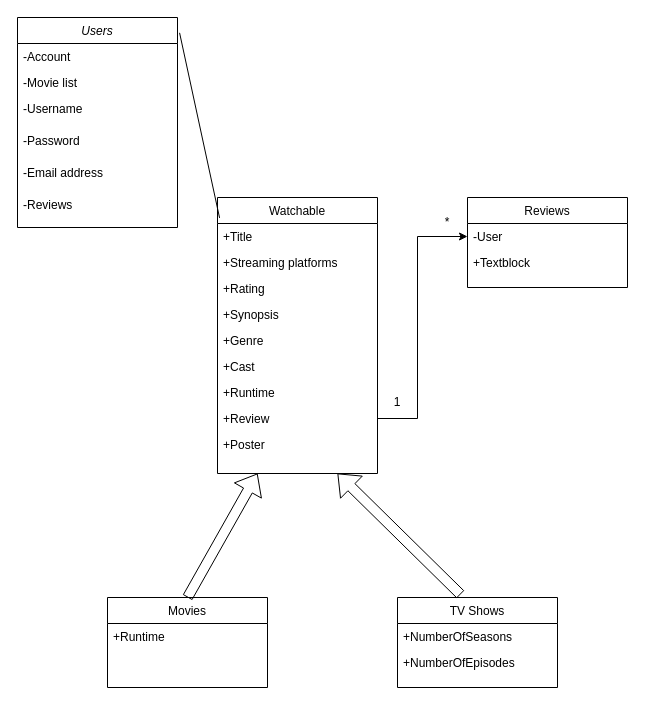
Above: Untitled Diagram.drawio in 307ScreenSquad/CSC307-ScreenSquad (draw.io), before the change. Source tidied: cells renumbered, new cells numbered last; positions are measured from the earlier drawing's top-left corner, leaving out a move shared by most shapes. Both pictures are drawn from the tidied source at 100%, with x=0, y=0 at pixel (17, 17).
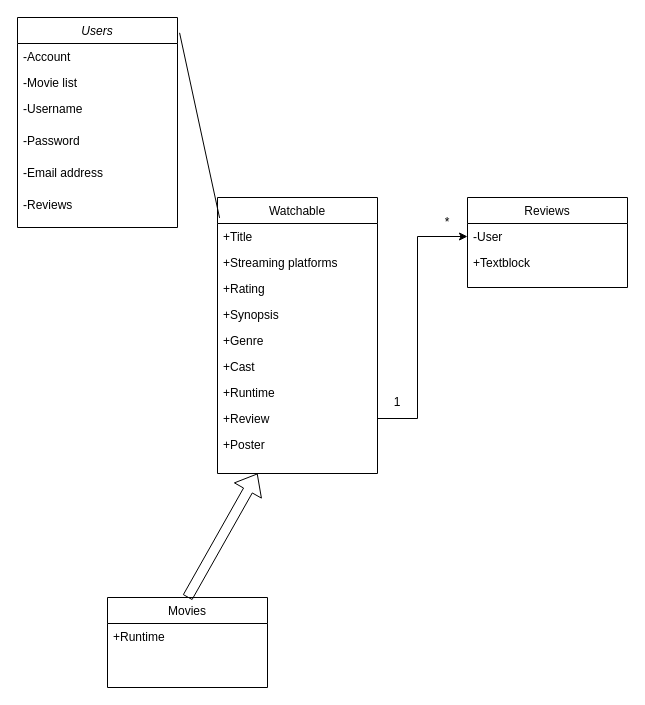
The same diagram, later.

The change refers to these unchanged cells:
```xml
<mxCell id="9" value="Watchable" style="swimlane;fontStyle=0;align=center;verticalAlign=top;horizontal=1;startSize=26;rounded=0;shadow=0;strokeWidth=1;" parent="1" vertex="1">
  <mxGeometry x="200" y="180" width="160" height="276" as="geometry" />
</mxCell>
```

The edit, as a diff of the source:
```diff
@@
-    <mxCell id="22" value="TV Shows" style="swimlane;fontStyle=0;align=center;verticalAlign=top;horizontal=1;startSize=26;rounded=0;shadow=0;strokeWidth=1;" parent="1" vertex="1">
-      <mxGeometry x="380" y="580" width="160" height="90" as="geometry" />
-    </mxCell>
-    <mxCell id="23" value="+NumberOfSeasons&#10;" style="text;align=left;verticalAlign=top;spacingLeft=4;spacingRight=4;overflow=hidden;" parent="22" vertex="1">
-      <mxGeometry y="26" width="160" height="26" as="geometry" />
-    </mxCell>
-    <mxCell id="24" value="+NumberOfEpisodes&#10;" style="text;align=left;verticalAlign=top;spacingLeft=4;spacingRight=4;overflow=hidden;" parent="22" vertex="1">
-      <mxGeometry y="52" width="160" height="34" as="geometry" />
-    </mxCell>
@@
-    <mxCell id="29" style="shape=flexArrow;endArrow=classic;html=1;rounded=0;exitX=0.394;exitY=-0.033;exitDx=0;exitDy=0;exitPerimeter=0;entryX=0.75;entryY=1;entryDx=0;entryDy=0;" parent="1" edge="1" source="22" target="9">
-      <mxGeometry relative="1" as="geometry" />
-    </mxCell>
```
